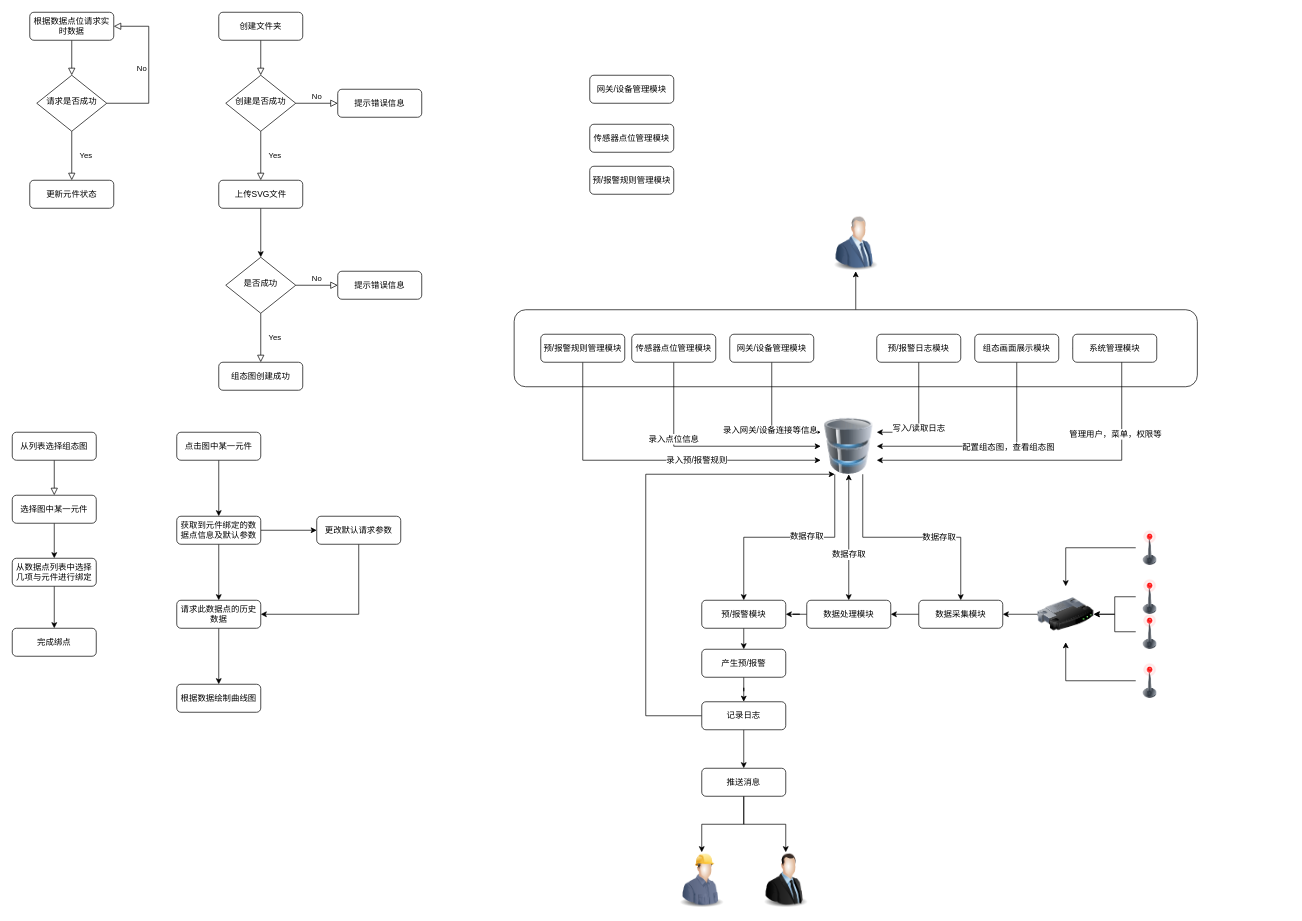
This is 未命名绘图.drawio from eeve/drawio, a draw.io file, before an edit. Source tidied: cells renumbered, new cells numbered last; positions are measured from the earlier drawing's top-left corner, leaving out a move shared by most shapes. Both pictures are drawn from the tidied source at 70%, with x=0, y=0 at pixel (12, 12).
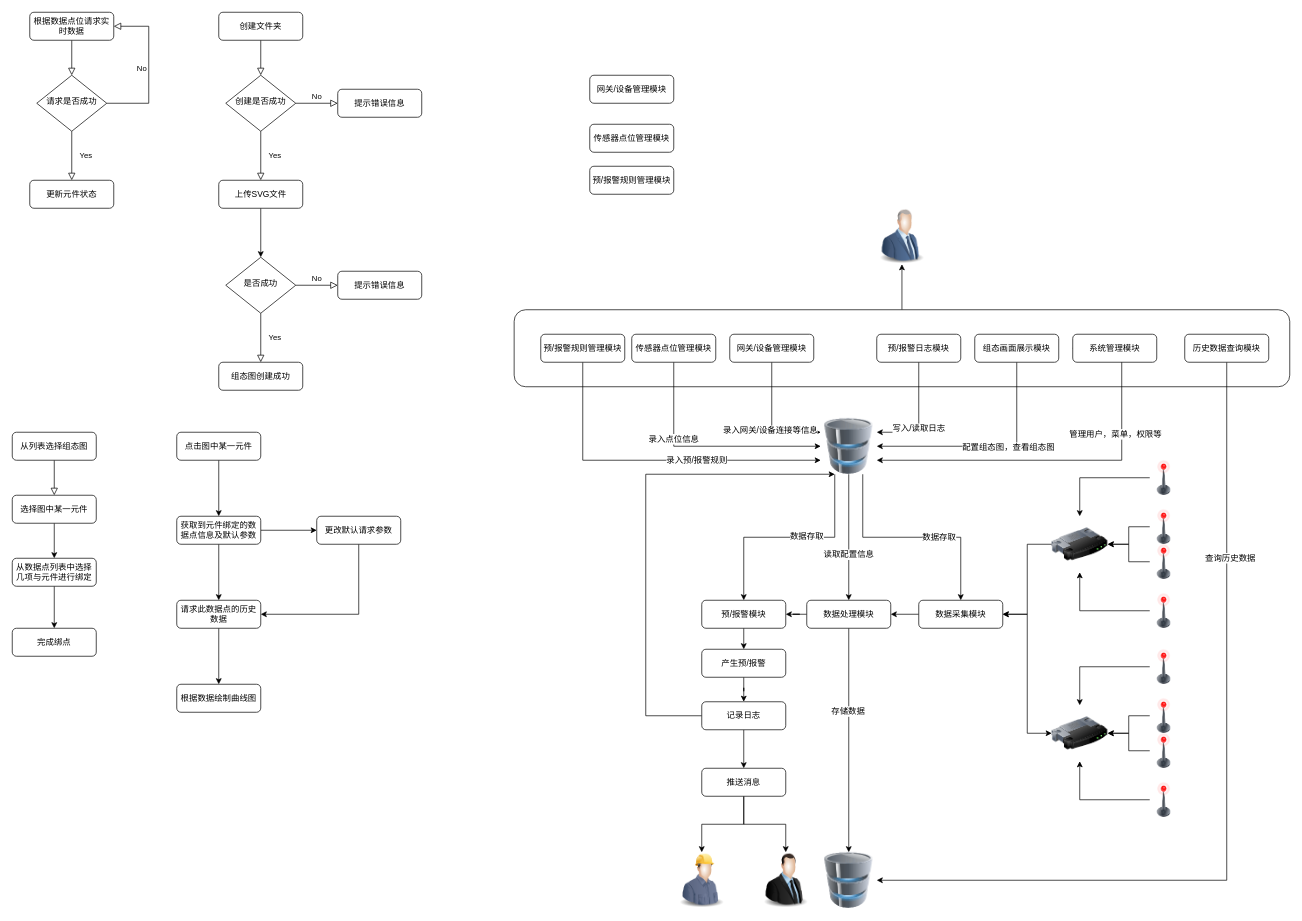
After the change.

Commit message:
更新未命名绘图.drawio

The change refers to these unchanged cells:
```xml
<mxCell id="63" value="数据采集模块" style="rounded=1;whiteSpace=wrap;html=1;fontSize=12;glass=0;strokeWidth=1;shadow=0;" parent="1" vertex="1">
  <mxGeometry x="1295" y="840" width="120" height="40" as="geometry" />
</mxCell>
<mxCell id="66" value="数据处理模块" style="rounded=1;whiteSpace=wrap;html=1;fontSize=12;glass=0;strokeWidth=1;shadow=0;" parent="1" vertex="1">
  <mxGeometry x="1135" y="840" width="120" height="40" as="geometry" />
</mxCell>
<mxCell id="84" style="image;html=1;labelBackgroundColor=#ffffff;image=img/lib/clip_art/computers/Database_128x128.png;" parent="1" vertex="1">
  <mxGeometry x="1155" y="580" width="80" height="80" as="geometry" />
</mxCell>
```

Diff of the diagram source:
```diff
@@
     <mxCell id="3" style="rounded=1;whiteSpace=wrap;html=1;fontSize=12;glass=0;strokeWidth=1;shadow=0;" parent="1" vertex="1">
-      <mxGeometry x="717" y="425" width="976" height="110" as="geometry" />
+      <mxGeometry x="717" y="425" width="1108" height="110" as="geometry" />
     </mxCell>
@@
     <mxCell id="53" style="image;html=1;labelBackgroundColor=#ffffff;image=img/lib/clip_art/networking/Router_128x128.png;" parent="1" vertex="1">
-      <mxGeometry x="1465" y="820" width="80" height="80" as="geometry" />
+      <mxGeometry x="1485" y="720" width="80" height="80" as="geometry" />
     </mxCell>
@@
     <mxCell id="55" style="image;html=1;labelBackgroundColor=#ffffff;image=img/lib/clip_art/telecommunication/Signal_tower_off_128x128.png;" parent="1" vertex="1">
-      <mxGeometry x="1605" y="740" width="40" height="50" as="geometry" />
+      <mxGeometry x="1625" y="640" width="40" height="50" as="geometry" />
     </mxCell>
@@
     <mxCell id="57" style="image;html=1;labelBackgroundColor=#ffffff;image=img/lib/clip_art/telecommunication/Signal_tower_off_128x128.png;" parent="1" vertex="1">
-      <mxGeometry x="1605" y="810" width="40" height="50" as="geometry" />
+      <mxGeometry x="1625" y="710" width="40" height="50" as="geometry" />
     </mxCell>
@@
     <mxCell id="59" style="image;html=1;labelBackgroundColor=#ffffff;image=img/lib/clip_art/telecommunication/Signal_tower_off_128x128.png;" parent="1" vertex="1">
-      <mxGeometry x="1605" y="860" width="40" height="50" as="geometry" />
+      <mxGeometry x="1625" y="760" width="40" height="50" as="geometry" />
     </mxCell>
@@
     <mxCell id="61" style="image;html=1;labelBackgroundColor=#ffffff;image=img/lib/clip_art/telecommunication/Signal_tower_off_128x128.png;" parent="1" vertex="1">
-      <mxGeometry x="1605" y="930" width="40" height="50" as="geometry" />
+      <mxGeometry x="1625" y="830" width="40" height="50" as="geometry" />
     </mxCell>
@@
+    <mxCell id="95" style="edgeStyle=orthogonalEdgeStyle;rounded=0;jettySize=auto;html=1;exitX=0.5;exitY=1;exitDx=0;exitDy=0;entryX=0.5;entryY=0;entryDx=0;entryDy=0;startArrow=none;startFill=0;" parent="1" edge="1" source="66" target="107">
+      <mxGeometry relative="1" as="geometry" />
+    </mxCell>
+    <mxCell id="96" value="存储数据" style="text;html=1;align=center;verticalAlign=middle;labelBackgroundColor=#ffffff;" parent="95" vertex="1">
+      <mxGeometry x="-0.26" y="-2" relative="1" as="geometry" />
+    </mxCell>
@@
-    <mxCell id="80" style="edgeStyle=orthogonalEdgeStyle;rounded=0;jettySize=auto;html=1;exitX=0.5;exitY=1;exitDx=0;exitDy=0;entryX=0.5;entryY=0;entryDx=0;entryDy=0;startArrow=classic;startFill=1;" parent="1" edge="1" source="84" target="66">
+    <mxCell id="80" style="edgeStyle=orthogonalEdgeStyle;rounded=0;jettySize=auto;html=1;exitX=0.5;exitY=1;exitDx=0;exitDy=0;entryX=0.5;entryY=0;entryDx=0;entryDy=0;startArrow=none;startFill=0;" parent="1" edge="1" source="84" target="66">
       <mxGeometry relative="1" as="geometry" />
     </mxCell>
-    <mxCell id="81" value="数据存取" style="text;html=1;align=center;verticalAlign=middle;labelBackgroundColor=#ffffff;" parent="80" vertex="1">
+    <mxCell id="81" value="读取配置信息" style="text;html=1;align=center;verticalAlign=middle;labelBackgroundColor=#ffffff;" parent="80" vertex="1">
       <mxGeometry x="0.27" y="-1" relative="1" as="geometry" />
     </mxCell>
@@
     <mxCell id="94" style="image;html=1;labelBackgroundColor=#ffffff;image=img/lib/clip_art/people/Suit_Man_Blue_128x128.png;" parent="1" vertex="1">
-      <mxGeometry x="1165" y="290" width="80" height="80" as="geometry" />
+      <mxGeometry x="1231" y="280" width="80" height="80" as="geometry" />
     </mxCell>
+    <mxCell id="97" style="edgeStyle=orthogonalEdgeStyle;rounded=0;jettySize=auto;html=1;exitX=0;exitY=0.5;exitDx=0;exitDy=0;entryX=1;entryY=0.5;entryDx=0;entryDy=0;startArrow=classic;startFill=1;" parent="1" edge="1" source="98" target="63">
+      <mxGeometry relative="1" as="geometry" />
+    </mxCell>
+    <mxCell id="98" style="image;html=1;labelBackgroundColor=#ffffff;image=img/lib/clip_art/networking/Router_128x128.png;" parent="1" vertex="1">
+      <mxGeometry x="1485" y="990" width="80" height="80" as="geometry" />
+    </mxCell>
+    <mxCell id="99" style="edgeStyle=orthogonalEdgeStyle;rounded=0;jettySize=auto;html=1;exitX=0;exitY=0.5;exitDx=0;exitDy=0;entryX=0.5;entryY=0;entryDx=0;entryDy=0;" parent="1" edge="1" source="100" target="98">
+      <mxGeometry relative="1" as="geometry" />
+    </mxCell>
+    <mxCell id="100" style="image;html=1;labelBackgroundColor=#ffffff;image=img/lib/clip_art/telecommunication/Signal_tower_off_128x128.png;" parent="1" vertex="1">
+      <mxGeometry x="1625" y="910" width="40" height="50" as="geometry" />
+    </mxCell>
+    <mxCell id="101" style="edgeStyle=orthogonalEdgeStyle;rounded=0;jettySize=auto;html=1;exitX=0;exitY=0.5;exitDx=0;exitDy=0;entryX=1;entryY=0.5;entryDx=0;entryDy=0;" parent="1" edge="1" source="102" target="98">
+      <mxGeometry relative="1" as="geometry" />
+    </mxCell>
+    <mxCell id="102" style="image;html=1;labelBackgroundColor=#ffffff;image=img/lib/clip_art/telecommunication/Signal_tower_off_128x128.png;" parent="1" vertex="1">
+      <mxGeometry x="1625" y="980" width="40" height="50" as="geometry" />
+    </mxCell>
+    <mxCell id="103" style="edgeStyle=orthogonalEdgeStyle;rounded=0;jettySize=auto;html=1;exitX=0;exitY=0.5;exitDx=0;exitDy=0;" parent="1" edge="1" source="104" target="98">
+      <mxGeometry relative="1" as="geometry" />
+    </mxCell>
+    <mxCell id="104" style="image;html=1;labelBackgroundColor=#ffffff;image=img/lib/clip_art/telecommunication/Signal_tower_off_128x128.png;" parent="1" vertex="1">
+      <mxGeometry x="1625" y="1030" width="40" height="50" as="geometry" />
+    </mxCell>
+    <mxCell id="105" style="edgeStyle=orthogonalEdgeStyle;rounded=0;jettySize=auto;html=1;exitX=0;exitY=0.5;exitDx=0;exitDy=0;entryX=0.5;entryY=1;entryDx=0;entryDy=0;" parent="1" edge="1" source="106" target="98">
+      <mxGeometry relative="1" as="geometry" />
+    </mxCell>
+    <mxCell id="106" style="image;html=1;labelBackgroundColor=#ffffff;image=img/lib/clip_art/telecommunication/Signal_tower_off_128x128.png;" parent="1" vertex="1">
+      <mxGeometry x="1625" y="1100" width="40" height="50" as="geometry" />
+    </mxCell>
+    <mxCell id="107" style="image;html=1;labelBackgroundColor=#ffffff;image=img/lib/clip_art/computers/Database_128x128.png;" parent="1" vertex="1">
+      <mxGeometry x="1155" y="1200" width="80" height="80" as="geometry" />
+    </mxCell>
+    <mxCell id="108" style="edgeStyle=orthogonalEdgeStyle;rounded=0;jettySize=auto;html=1;exitX=0.5;exitY=1;exitDx=0;exitDy=0;entryX=1;entryY=0.5;entryDx=0;entryDy=0;startArrow=none;startFill=0;" parent="1" edge="1" source="110" target="107">
+      <mxGeometry relative="1" as="geometry" />
+    </mxCell>
+    <mxCell id="109" value="查询历史数据" style="text;html=1;align=center;verticalAlign=middle;labelBackgroundColor=#ffffff;" parent="108" vertex="1">
+      <mxGeometry x="-0.55" y="4" relative="1" as="geometry" />
+    </mxCell>
+    <mxCell id="110" value="历史数据查询模块" style="rounded=1;whiteSpace=wrap;html=1;fontSize=12;glass=0;strokeWidth=1;shadow=0;" parent="1" vertex="1">
+      <mxGeometry x="1675" y="460" width="120" height="40" as="geometry" />
+    </mxCell>
```
